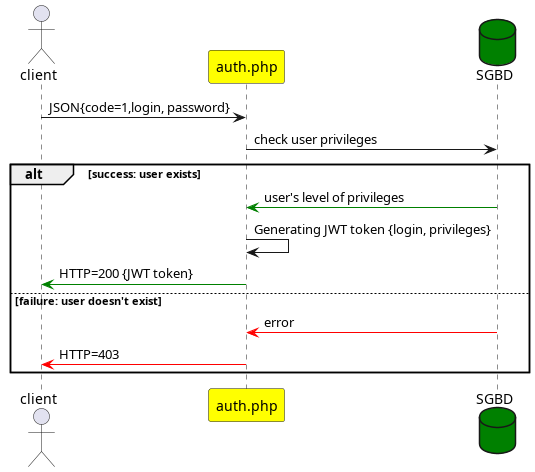
The PlantUML diagram doc/seq_auth.png in DARWICHAli/inventoryprocessapi, before a commit.
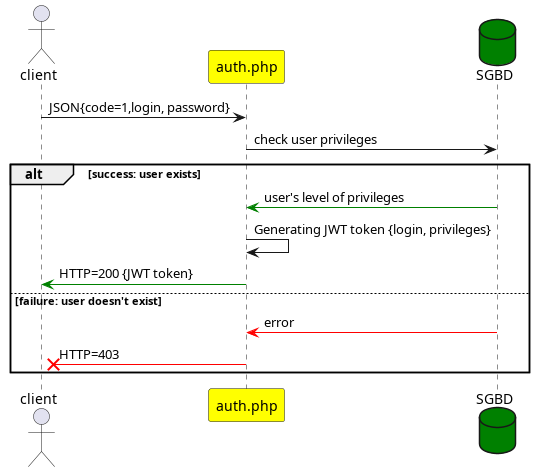
Later version of the same file.

What changed in the source:
```diff
@@ -13,7 +13,7 @@
 
 else failure: user doesn't exist
 bdd -[#red]> auth: error
-auth -[#red]> client: HTTP=403
+auth -[#red]x client: HTTP=403
 end
 
 @enduml
```
